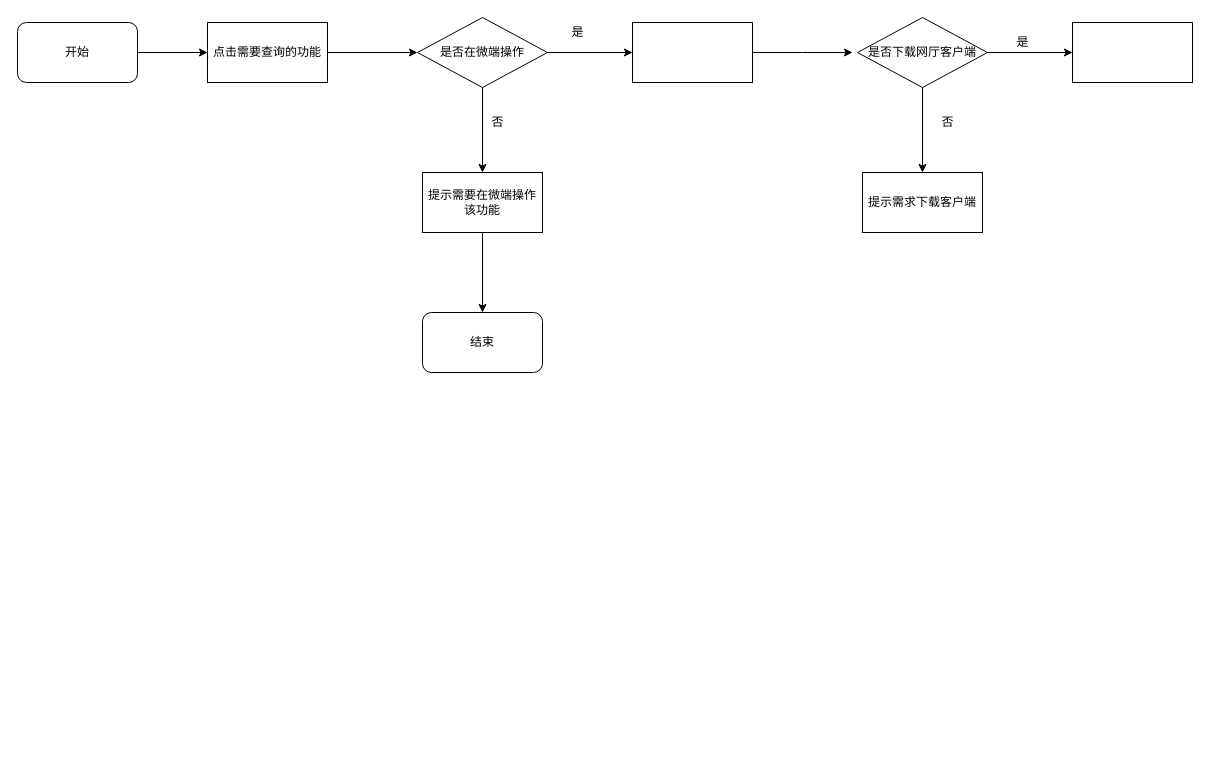
Above: 常用功能业务逻辑流程图.drawio in YYB1024/myRemoteRepo (draw.io), before the change. Source tidied: cells renumbered, new cells numbered last; positions are measured from the earlier drawing's top-left corner, leaving out a move shared by most shapes. Both pictures are drawn from the tidied source at 100%, with x=0, y=0 at pixel (17, 17).
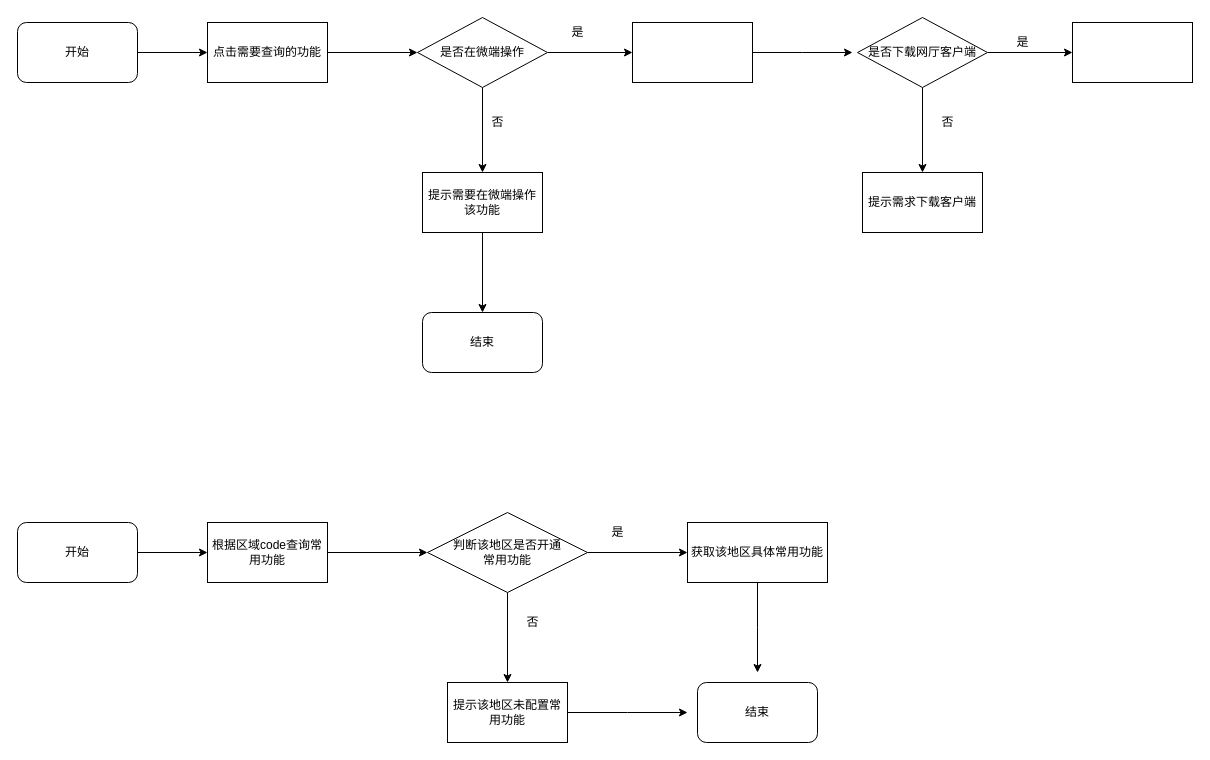
Above is the later version.

Commit message (it also covers changes not shown here):
Update 常用功能业务逻辑流程图.drawio

What changed in the source:
```diff
@@
+    <mxCell id="23" style="edgeStyle=orthogonalEdgeStyle;rounded=0;jettySize=auto;html=1;" parent="1" edge="1" source="24" target="26">
+      <mxGeometry relative="1" as="geometry" />
+    </mxCell>
+    <mxCell id="24" value="开始" style="rounded=1;whiteSpace=wrap;html=1;" parent="1" vertex="1">
+      <mxGeometry y="505" width="120" height="60" as="geometry" />
+    </mxCell>
+    <mxCell id="25" style="edgeStyle=orthogonalEdgeStyle;rounded=0;jettySize=auto;html=1;" parent="1" edge="1" source="26" target="29">
+      <mxGeometry relative="1" as="geometry" />
+    </mxCell>
+    <mxCell id="26" value="根据区域code查询常用功能" style="rounded=0;whiteSpace=wrap;html=1;" parent="1" vertex="1">
+      <mxGeometry x="190" y="505" width="120" height="60" as="geometry" />
+    </mxCell>
+    <mxCell id="27" style="edgeStyle=orthogonalEdgeStyle;rounded=0;jettySize=auto;html=1;" parent="1" edge="1" source="29" target="31">
+      <mxGeometry relative="1" as="geometry" />
+    </mxCell>
+    <mxCell id="28" style="edgeStyle=orthogonalEdgeStyle;rounded=0;jettySize=auto;html=1;" parent="1" edge="1" source="29" target="33">
+      <mxGeometry relative="1" as="geometry" />
+    </mxCell>
+    <mxCell id="29" value="判断该地区是否开通&lt;br&gt;常用功能" style="rhombus;whiteSpace=wrap;html=1;rounded=0;" parent="1" vertex="1">
+      <mxGeometry x="410" y="495" width="160" height="80" as="geometry" />
+    </mxCell>
+    <mxCell id="30" style="edgeStyle=orthogonalEdgeStyle;rounded=0;jettySize=auto;html=1;" parent="1" edge="1" source="31">
+      <mxGeometry relative="1" as="geometry">
+        <mxPoint x="740" y="655" as="targetPoint" />
+      </mxGeometry>
+    </mxCell>
+    <mxCell id="31" value="获取该地区具体常用功能" style="whiteSpace=wrap;html=1;rounded=0;" parent="1" vertex="1">
+      <mxGeometry x="670" y="505" width="140" height="60" as="geometry" />
+    </mxCell>
+    <mxCell id="32" style="edgeStyle=orthogonalEdgeStyle;rounded=0;jettySize=auto;html=1;" parent="1" edge="1" source="33">
+      <mxGeometry relative="1" as="geometry">
+        <mxPoint x="670" y="695" as="targetPoint" />
+      </mxGeometry>
+    </mxCell>
+    <mxCell id="33" value="提示该地区未配置常用功能" style="rounded=0;whiteSpace=wrap;html=1;" parent="1" vertex="1">
+      <mxGeometry x="430" y="665" width="120" height="60" as="geometry" />
+    </mxCell>
+    <mxCell id="34" value="是" style="text;html=1;align=center;verticalAlign=middle;strokeColor=none;fillColor=none;" parent="1" vertex="1">
+      <mxGeometry x="585" y="505" width="30" height="20" as="geometry" />
+    </mxCell>
+    <mxCell id="35" value="否" style="text;html=1;align=center;verticalAlign=middle;strokeColor=none;fillColor=none;" parent="1" vertex="1">
+      <mxGeometry x="500" y="595" width="30" height="20" as="geometry" />
+    </mxCell>
+    <mxCell id="36" value="结束" style="rounded=1;whiteSpace=wrap;html=1;" parent="1" vertex="1">
+      <mxGeometry x="680" y="665" width="120" height="60" as="geometry" />
+    </mxCell>
```
